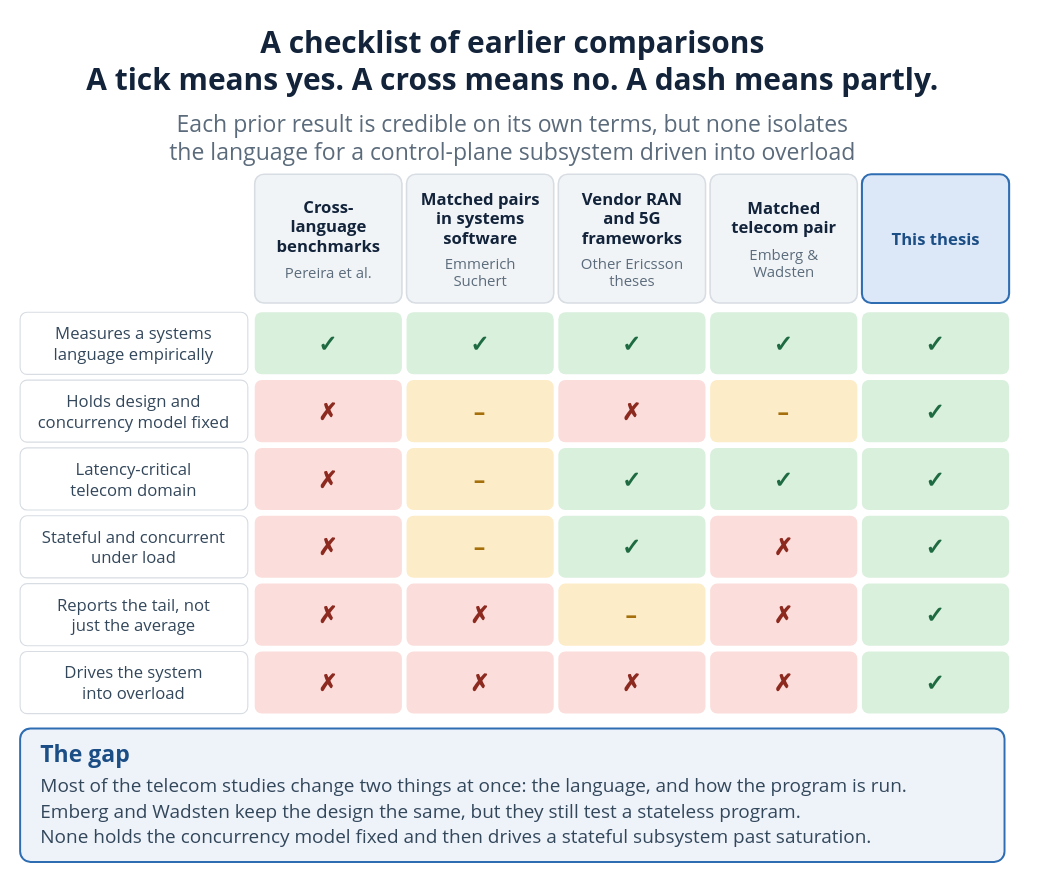
VienThanh12/Master-Thesis keeps this draw.io diagram as diagrams/29_research_gap.drawio. Above is the earlier version. Source tidied: cells renumbered, new cells numbered last; positions are measured from the earlier drawing's top-left corner, leaving out a move shared by most shapes. Both pictures are drawn from the tidied source at 115%, with x=0, y=0 at pixel (20, 18).
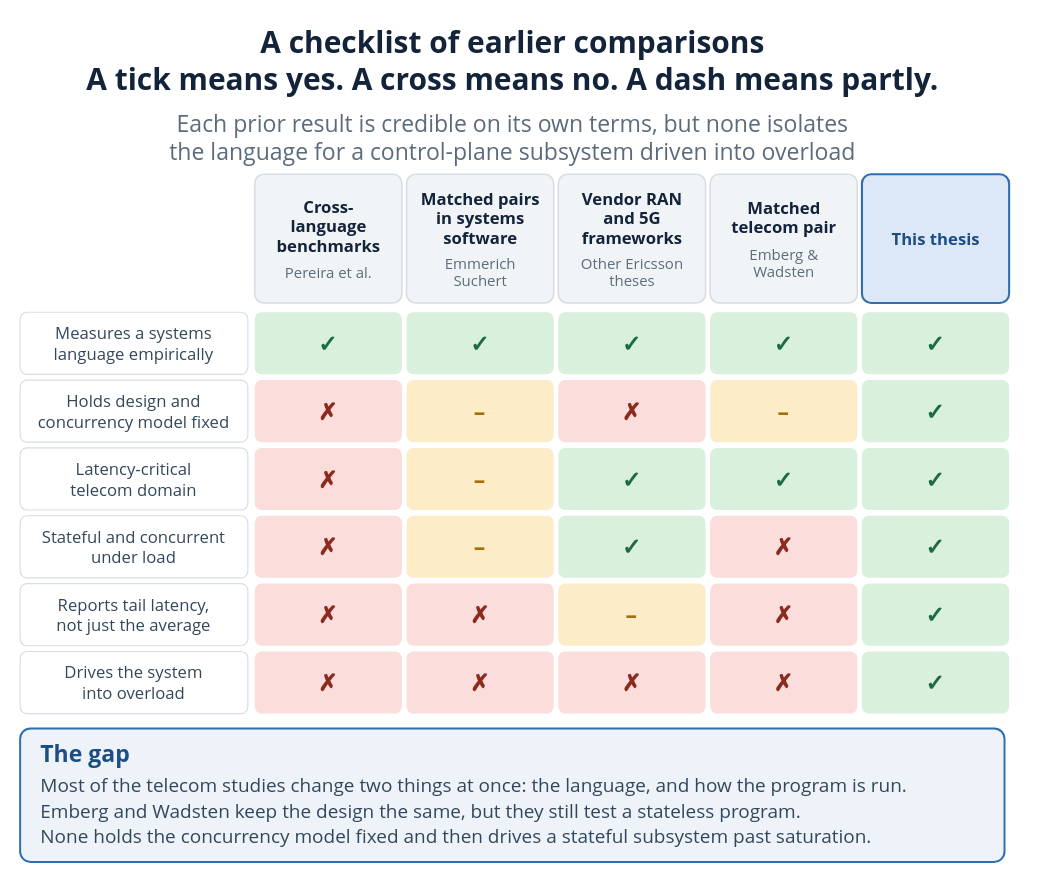
After the change.

Commit message (it also covers changes not shown here):
tail -> tail latency

Diff of the diagram source:
```diff
@@
-    <mxCell id="54" value="Reports the tail, not&lt;br&gt;just the average" style="rounded=1;whiteSpace=wrap;html=1;absoluteArcSize=1;arcSize=12;fillColor=#ffffff;strokeColor=#d7dde3;strokeWidth=1.0;align=center;verticalAlign=middle;spacingLeft=4;spacingRight=4;spacingTop=0;fontSize=14.5;fontColor=#33475b;fontFamily=Segoe UI;" parent="1" vertex="1">
+    <mxCell id="54" value="Reports tail latency,&lt;br&gt;not just the average" style="rounded=1;whiteSpace=wrap;html=1;absoluteArcSize=1;arcSize=12;fillColor=#ffffff;strokeColor=#d7dde3;strokeWidth=1.0;align=center;verticalAlign=middle;spacingLeft=4;spacingRight=4;spacingTop=0;fontSize=14.5;fontColor=#33475b;fontFamily=Segoe UI;" parent="1" vertex="1">
       <mxGeometry y="491" width="198" height="54" as="geometry" />
     </mxCell>
```
